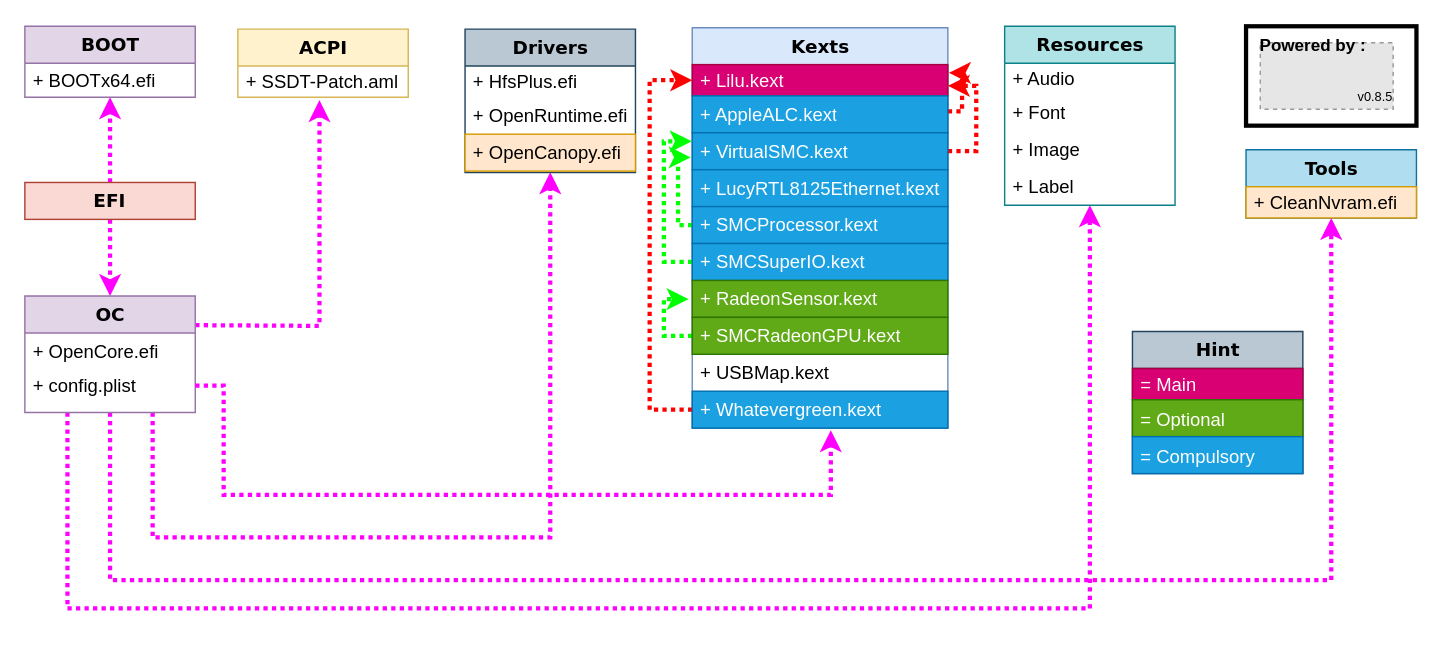
iamyounix/msimagb460_tomahawk keeps this draw.io diagram as OpenCore.drawio. Above is the earlier version. Source tidied: cells renumbered, new cells numbered last; positions are measured from the earlier drawing's top-left corner, leaving out a move shared by most shapes. Both pictures are drawn from the tidied source at 142%, with x=0, y=0 at pixel (24, 24). Pictures stored in the file or linked from it are replaced by grey dashed boxes.
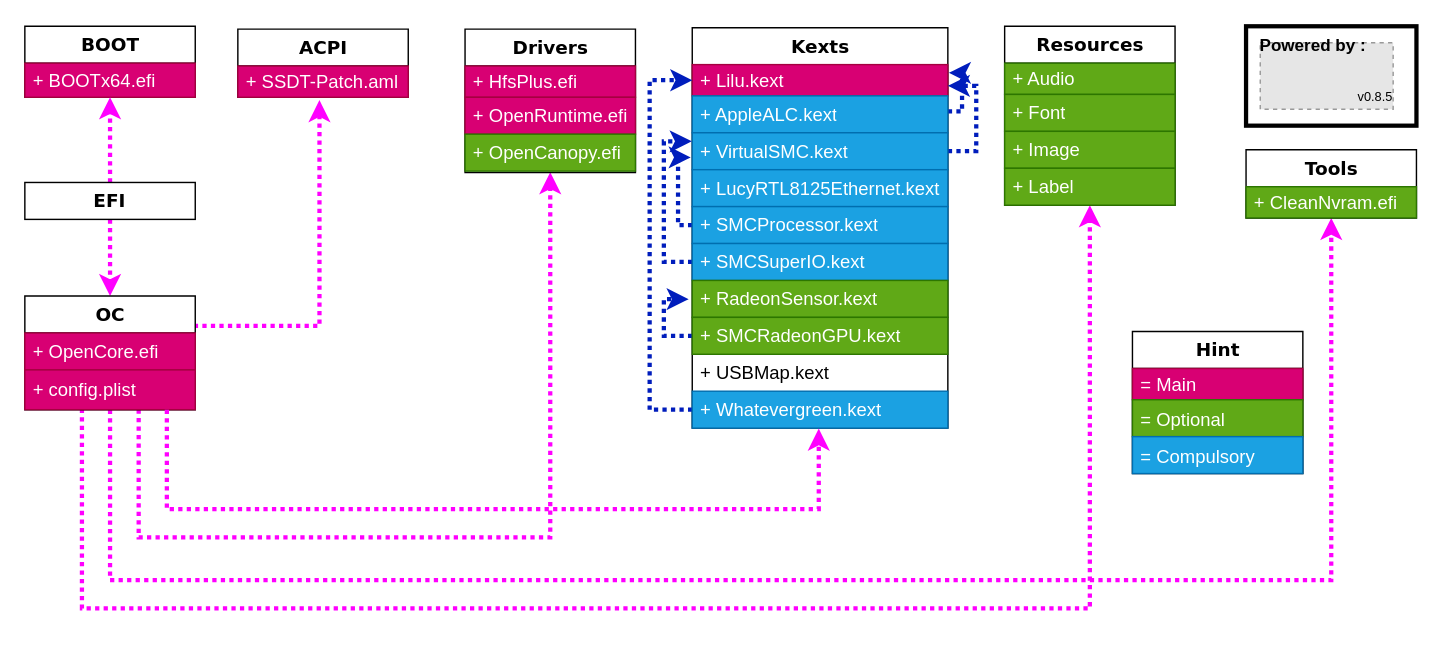
The same diagram, later.

The change refers to these unchanged cells:
```xml
<mxCell id="22" value="+ Lilu.kext" style="text;html=1;strokeColor=#A50040;fillColor=#d80073;align=left;verticalAlign=middle;spacingLeft=4;spacingRight=4;whiteSpace=wrap;overflow=hidden;points=[[0,0.5],[1,0.5]];portConstraint=eastwest;fontSize=13;fontColor=#ffffff;" parent="21" vertex="1">
  <mxGeometry y="26" width="180" height="22" as="geometry" />
</mxCell>
<mxCell id="24" value="+ AppleALC.kext" style="text;html=1;strokeColor=#006EAF;fillColor=#1ba1e2;align=left;verticalAlign=middle;spacingLeft=4;spacingRight=4;whiteSpace=wrap;overflow=hidden;points=[[0,0.5],[1,0.5]];portConstraint=eastwest;fontSize=13;fontColor=#ffffff;" parent="21" vertex="1">
  <mxGeometry y="48" width="180" height="26" as="geometry" />
</mxCell>
<mxCell id="26" value="+ VirtualSMC.kext" style="text;html=1;strokeColor=#006EAF;fillColor=#1ba1e2;align=left;verticalAlign=middle;spacingLeft=4;spacingRight=4;whiteSpace=wrap;overflow=hidden;points=[[0,0.5],[1,0.5]];portConstraint=eastwest;fontSize=13;fontColor=#ffffff;" parent="21" vertex="1">
  <mxGeometry y="74" width="180" height="26" as="geometry" />
</mxCell>
<mxCell id="29" value="+ SMCProcessor.kext" style="text;html=1;strokeColor=#006EAF;fillColor=#1ba1e2;align=left;verticalAlign=middle;spacingLeft=4;spacingRight=4;whiteSpace=wrap;overflow=hidden;points=[[0,0.5],[1,0.5]];portConstraint=eastwest;fontSize=13;fontColor=#ffffff;" parent="21" vertex="1">
  <mxGeometry y="126" width="180" height="26" as="geometry" />
</mxCell>
<mxCell id="31" value="+ SMCSuperIO.kext" style="text;html=1;strokeColor=#006EAF;fillColor=#1ba1e2;align=left;verticalAlign=middle;spacingLeft=4;spacingRight=4;whiteSpace=wrap;overflow=hidden;points=[[0,0.5],[1,0.5]];portConstraint=eastwest;fontSize=13;fontColor=#ffffff;" parent="21" vertex="1">
  <mxGeometry y="152" width="180" height="26" as="geometry" />
</mxCell>
<mxCell id="32" value="+ RadeonSensor.kext" style="text;html=1;strokeColor=#2D7600;fillColor=#60a917;align=left;verticalAlign=middle;spacingLeft=4;spacingRight=4;whiteSpace=wrap;overflow=hidden;points=[[0,0.5],[1,0.5]];portConstraint=eastwest;fontSize=13;fontColor=#ffffff;" parent="21" vertex="1">
  <mxGeometry y="178" width="180" height="26" as="geometry" />
</mxCell>
<mxCell id="34" value="+ SMCRadeonGPU.kext" style="text;html=1;strokeColor=#2D7600;fillColor=#60a917;align=left;verticalAlign=middle;spacingLeft=4;spacingRight=4;whiteSpace=wrap;overflow=hidden;points=[[0,0.5],[1,0.5]];portConstraint=eastwest;fontSize=13;fontColor=#ffffff;" parent="21" vertex="1">
  <mxGeometry y="204" width="180" height="26" as="geometry" />
</mxCell>
<mxCell id="37" value="+ Whatevergreen.kext" style="text;html=1;strokeColor=#006EAF;fillColor=#1ba1e2;align=left;verticalAlign=middle;spacingLeft=4;spacingRight=4;whiteSpace=wrap;overflow=hidden;points=[[0,0.5],[1,0.5]];portConstraint=eastwest;fontSize=13;fontColor=#ffffff;" parent="21" vertex="1">
  <mxGeometry y="256" width="180" height="26" as="geometry" />
</mxCell>
```

Change to the diagram source:
```diff
@@
-    <mxCell id="4" style="edgeStyle=orthogonalEdgeStyle;rounded=0;jettySize=auto;html=1;exitX=0.25;exitY=1;exitDx=0;exitDy=0;strokeColor=#FF00FF;strokeWidth=3;dashed=1;dashPattern=1 1;" parent="1" edge="1" source="8">
+    <mxCell id="4" style="edgeStyle=orthogonalEdgeStyle;rounded=0;jettySize=auto;html=1;exitX=0.335;exitY=0.974;exitDx=0;exitDy=0;strokeColor=#FF00FF;strokeWidth=3;dashed=1;dashPattern=1 1;exitPerimeter=0;" parent="1" edge="1" source="10">
       <mxGeometry relative="1" as="geometry">
         <mxPoint x="750" y="127" as="targetPoint" />
         <Array as="points">
-          <mxPoint x="30" y="411" />
+          <mxPoint x="40" y="411" />
           <mxPoint x="750" y="411" />
-          <mxPoint x="750" y="127" />
         </Array>
       </mxGeometry>
     </mxCell>
-    <mxCell id="5" style="edgeStyle=orthogonalEdgeStyle;rounded=0;jettySize=auto;html=1;exitX=0.5;exitY=1;exitDx=0;exitDy=0;entryX=0.5;entryY=1;entryDx=0;entryDy=0;strokeColor=#FF00FF;strokeWidth=3;dashed=1;dashPattern=1 1;" parent="1" edge="1" source="8" target="43">
+    <mxCell id="5" style="edgeStyle=orthogonalEdgeStyle;rounded=0;jettySize=auto;html=1;entryX=0.5;entryY=1;entryDx=0;entryDy=0;strokeColor=#FF00FF;strokeWidth=3;dashed=1;dashPattern=1 1;" parent="1" edge="1" target="43">
       <mxGeometry relative="1" as="geometry">
+        <mxPoint x="60" y="271" as="sourcePoint" />
         <Array as="points">
           <mxPoint x="60" y="391" />
           <mxPoint x="920" y="391" />
         </Array>
       </mxGeometry>
     </mxCell>
-    <mxCell id="6" style="edgeStyle=elbowEdgeStyle;rounded=0;jettySize=auto;elbow=vertical;html=1;exitX=0.75;exitY=1;exitDx=0;exitDy=0;entryX=0.5;entryY=1.032;entryDx=0;entryDy=0;entryPerimeter=0;strokeColor=#FF00FF;strokeWidth=3;fontSize=9;dashed=1;dashPattern=1 1;" parent="1" edge="1" source="8" target="20">
+    <mxCell id="6" style="edgeStyle=elbowEdgeStyle;rounded=0;jettySize=auto;elbow=vertical;html=1;exitX=0.668;exitY=0.995;exitDx=0;exitDy=0;entryX=0.5;entryY=1.032;entryDx=0;entryDy=0;entryPerimeter=0;strokeColor=#FF00FF;strokeWidth=3;fontSize=9;dashed=1;dashPattern=1 1;exitPerimeter=0;" parent="1" edge="1" source="10" target="20">
       <mxGeometry relative="1" as="geometry">
         <Array as="points">
           <mxPoint x="210" y="361" />
         </Array>
       </mxGeometry>
     </mxCell>
@@
-    <mxCell id="8" value="OC" style="swimlane;html=1;fontStyle=1;align=center;verticalAlign=middle;horizontal=1;startSize=26;swimlaneFillColor=#ffffff;rounded=0;shadow=0;comic=0;labelBackgroundColor=none;strokeWidth=1;fillColor=#e1d5e7;fontFamily=Verdana;fontSize=13;strokeColor=#9673a6;" parent="1" vertex="1">
-      <mxGeometry y="191" width="120" height="82" as="geometry" />
+    <mxCell id="8" value="OC" style="swimlane;html=1;fontStyle=1;align=center;verticalAlign=middle;horizontal=1;startSize=26;swimlaneFillColor=#ffffff;rounded=0;shadow=0;comic=0;labelBackgroundColor=none;strokeWidth=1;fontFamily=Verdana;fontSize=13;" parent="1" vertex="1">
+      <mxGeometry y="191" width="120" height="80" as="geometry" />
     </mxCell>
-    <mxCell id="9" value="+ OpenCore.efi" style="text;html=1;strokeColor=none;fillColor=none;align=left;verticalAlign=middle;spacingLeft=4;spacingRight=4;whiteSpace=wrap;overflow=hidden;fontSize=13;" parent="8" vertex="1">
+    <mxCell id="9" value="+ OpenCore.efi" style="text;html=1;strokeColor=#A50040;fillColor=#d80073;align=left;verticalAlign=middle;spacingLeft=4;spacingRight=4;whiteSpace=wrap;overflow=hidden;fontSize=13;fontColor=#ffffff;" parent="8" vertex="1">
       <mxGeometry y="26" width="120" height="26" as="geometry" />
     </mxCell>
-    <mxCell id="10" value="+ config.plist" style="text;html=1;strokeColor=none;fillColor=none;align=left;verticalAlign=middle;spacingLeft=4;spacingRight=4;whiteSpace=wrap;overflow=hidden;points=[[0,0.5],[1,0.5]];portConstraint=eastwest;fontSize=13;" parent="8" vertex="1">
-      <mxGeometry y="52" width="120" height="22" as="geometry" />
+    <mxCell id="10" value="+ config.plist" style="text;html=1;strokeColor=#A50040;fillColor=#d80073;align=left;verticalAlign=middle;spacingLeft=4;spacingRight=4;whiteSpace=wrap;overflow=hidden;points=[[0,0.5],[1,0.5]];portConstraint=eastwest;fontSize=13;fontColor=#ffffff;" parent="8" vertex="1">
+      <mxGeometry y="52" width="120" height="28" as="geometry" />
     </mxCell>
-    <mxCell id="11" value="BOOT" style="swimlane;html=1;fontStyle=1;align=center;verticalAlign=middle;horizontal=1;startSize=26;swimlaneFillColor=#ffffff;rounded=0;shadow=0;comic=0;labelBackgroundColor=none;strokeWidth=1;fillColor=#e1d5e7;fontFamily=Verdana;fontSize=13;strokeColor=#9673a6;" parent="1" vertex="1">
+    <mxCell id="11" value="BOOT" style="swimlane;html=1;fontStyle=1;align=center;verticalAlign=middle;horizontal=1;startSize=26;swimlaneFillColor=#ffffff;rounded=0;shadow=0;comic=0;labelBackgroundColor=none;strokeWidth=1;fontFamily=Verdana;fontSize=13;" parent="1" vertex="1">
       <mxGeometry y="1" width="120" height="50" as="geometry" />
     </mxCell>
-    <mxCell id="12" value="+ BOOTx64.efi" style="text;html=1;strokeColor=none;fillColor=none;align=left;verticalAlign=middle;spacingLeft=4;spacingRight=4;whiteSpace=wrap;overflow=hidden;fontSize=13;" parent="11" vertex="1">
+    <mxCell id="12" value="+ BOOTx64.efi" style="text;html=1;strokeColor=#A50040;fillColor=#d80073;align=left;verticalAlign=middle;spacingLeft=4;spacingRight=4;whiteSpace=wrap;overflow=hidden;fontSize=13;fontColor=#ffffff;" parent="11" vertex="1">
       <mxGeometry y="26" width="120" height="24" as="geometry" />
     </mxCell>
@@
-    <mxCell id="14" value="&lt;span style=&quot;font-family: Verdana; font-weight: 700; font-size: 13px;&quot;&gt;EFI&lt;/span&gt;" style="rounded=0;whiteSpace=wrap;html=1;fillColor=#fad9d5;strokeColor=#ae4132;fontSize=13;verticalAlign=middle;" parent="1" vertex="1">
+    <mxCell id="14" value="&lt;span style=&quot;font-family: Verdana; font-weight: 700; font-size: 13px;&quot;&gt;EFI&lt;/span&gt;" style="rounded=0;whiteSpace=wrap;html=1;fontSize=13;verticalAlign=middle;" parent="1" vertex="1">
       <mxGeometry y="111" width="120" height="26" as="geometry" />
     </mxCell>
-    <mxCell id="15" value="ACPI" style="swimlane;html=1;fontStyle=1;align=center;verticalAlign=middle;horizontal=1;startSize=26;swimlaneFillColor=#ffffff;rounded=0;shadow=0;comic=0;labelBackgroundColor=none;strokeWidth=1;fillColor=#fff2cc;fontFamily=Verdana;fontSize=13;strokeColor=#d6b656;" parent="1" vertex="1">
+    <mxCell id="15" value="ACPI" style="swimlane;html=1;fontStyle=1;align=center;verticalAlign=middle;horizontal=1;startSize=26;swimlaneFillColor=#ffffff;rounded=0;shadow=0;comic=0;labelBackgroundColor=none;strokeWidth=1;fontFamily=Verdana;fontSize=13;" parent="1" vertex="1">
       <mxGeometry x="150" y="3" width="120" height="48" as="geometry" />
     </mxCell>
-    <mxCell id="16" value="+ SSDT-Patch.aml" style="text;html=1;strokeColor=none;fillColor=none;align=left;verticalAlign=middle;spacingLeft=4;spacingRight=4;whiteSpace=wrap;overflow=hidden;points=[[0,0.5],[1,0.5]];portConstraint=eastwest;fontSize=13;" parent="15" vertex="1">
+    <mxCell id="16" value="+ SSDT-Patch.aml" style="text;html=1;strokeColor=#A50040;fillColor=#d80073;align=left;verticalAlign=middle;spacingLeft=4;spacingRight=4;whiteSpace=wrap;overflow=hidden;points=[[0,0.5],[1,0.5]];portConstraint=eastwest;fontSize=13;fontColor=#ffffff;" parent="15" vertex="1">
       <mxGeometry y="26" width="120" height="22" as="geometry" />
     </mxCell>
-    <mxCell id="17" value="Drivers" style="swimlane;html=1;fontStyle=1;align=center;verticalAlign=middle;horizontal=1;startSize=26;swimlaneFillColor=#ffffff;rounded=0;shadow=0;comic=0;labelBackgroundColor=none;strokeWidth=1;fillColor=#bac8d3;fontFamily=Verdana;fontSize=13;strokeColor=#23445d;" parent="1" vertex="1">
+    <mxCell id="17" value="Drivers" style="swimlane;html=1;fontStyle=1;align=center;verticalAlign=middle;horizontal=1;startSize=26;swimlaneFillColor=#ffffff;rounded=0;shadow=0;comic=0;labelBackgroundColor=none;strokeWidth=1;fontFamily=Verdana;fontSize=13;" parent="1" vertex="1">
       <mxGeometry x="310" y="3" width="120" height="101" as="geometry" />
     </mxCell>
-    <mxCell id="18" value="+ HfsPlus.efi" style="text;html=1;strokeColor=none;fillColor=none;align=left;verticalAlign=middle;spacingLeft=4;spacingRight=4;whiteSpace=wrap;overflow=hidden;fontSize=13;" parent="17" vertex="1">
+    <mxCell id="18" value="+ HfsPlus.efi" style="text;html=1;strokeColor=#A50040;fillColor=#d80073;align=left;verticalAlign=middle;spacingLeft=4;spacingRight=4;whiteSpace=wrap;overflow=hidden;fontSize=13;fontColor=#ffffff;" parent="17" vertex="1">
       <mxGeometry y="26" width="120" height="22" as="geometry" />
     </mxCell>
-    <mxCell id="19" value="+ OpenRuntime.efi" style="text;html=1;strokeColor=none;fillColor=none;align=left;verticalAlign=middle;spacingLeft=4;spacingRight=4;whiteSpace=wrap;overflow=hidden;fontSize=13;" parent="17" vertex="1">
+    <mxCell id="19" value="+ OpenRuntime.efi" style="text;html=1;strokeColor=#A50040;fillColor=#d80073;align=left;verticalAlign=middle;spacingLeft=4;spacingRight=4;whiteSpace=wrap;overflow=hidden;fontSize=13;fontColor=#ffffff;" parent="17" vertex="1">
       <mxGeometry y="48" width="120" height="26" as="geometry" />
     </mxCell>
-    <mxCell id="20" value="+ OpenCanopy.efi" style="text;html=1;strokeColor=#d79b00;fillColor=#ffe6cc;align=left;verticalAlign=middle;spacingLeft=4;spacingRight=4;whiteSpace=wrap;overflow=hidden;points=[[0,0.5],[1,0.5]];portConstraint=eastwest;fontSize=13;" parent="17" vertex="1">
+    <mxCell id="20" value="+ OpenCanopy.efi" style="text;html=1;strokeColor=#2D7600;fillColor=#60a917;align=left;verticalAlign=middle;spacingLeft=4;spacingRight=4;whiteSpace=wrap;overflow=hidden;points=[[0,0.5],[1,0.5]];portConstraint=eastwest;fontSize=13;fontColor=#ffffff;" parent="17" vertex="1">
       <mxGeometry y="74" width="120" height="26" as="geometry" />
     </mxCell>
-    <mxCell id="21" value="Kexts" style="swimlane;html=1;fontStyle=1;align=center;verticalAlign=middle;horizontal=1;startSize=26;swimlaneFillColor=#ffffff;rounded=0;shadow=0;comic=0;labelBackgroundColor=none;strokeWidth=1;fillColor=#dae8fc;fontFamily=Verdana;fontSize=13;strokeColor=#6c8ebf;" parent="1" vertex="1">
+    <mxCell id="21" value="Kexts" style="swimlane;html=1;fontStyle=1;align=center;verticalAlign=middle;horizontal=1;startSize=26;swimlaneFillColor=#ffffff;rounded=0;shadow=0;comic=0;labelBackgroundColor=none;strokeWidth=1;fontFamily=Verdana;fontSize=13;" parent="1" vertex="1">
       <mxGeometry x="470" y="2" width="180" height="282" as="geometry" />
     </mxCell>
@@
-    <mxCell id="23" style="edgeStyle=elbowEdgeStyle;rounded=0;jettySize=auto;elbow=vertical;html=1;entryX=1.004;entryY=0.264;entryDx=0;entryDy=0;entryPerimeter=0;dashed=1;dashPattern=1 1;strokeColor=#FF0000;strokeWidth=3;fontSize=9;" parent="21" edge="1" source="24" target="22">
+    <mxCell id="23" style="edgeStyle=elbowEdgeStyle;rounded=0;jettySize=auto;elbow=vertical;html=1;entryX=1.004;entryY=0.264;entryDx=0;entryDy=0;entryPerimeter=0;dashed=1;dashPattern=1 1;strokeColor=#001DBC;strokeWidth=3;fontSize=9;fillColor=#0050ef;" parent="21" edge="1" source="24" target="22">
       <mxGeometry relative="1" as="geometry">
         <Array as="points">
           <mxPoint x="190" y="59" />
           <mxPoint x="200" y="49" />
         </Array>
       </mxGeometry>
     </mxCell>
@@
-    <mxCell id="25" style="edgeStyle=elbowEdgeStyle;rounded=0;jettySize=auto;elbow=vertical;html=1;entryX=1;entryY=0.679;entryDx=0;entryDy=0;dashed=1;dashPattern=1 1;strokeColor=#FF0000;strokeWidth=3;fontSize=9;entryPerimeter=0;" parent="21" edge="1" source="26" target="22">
+    <mxCell id="25" style="edgeStyle=elbowEdgeStyle;rounded=0;jettySize=auto;elbow=vertical;html=1;entryX=1;entryY=0.679;entryDx=0;entryDy=0;dashed=1;dashPattern=1 1;strokeColor=#001DBC;strokeWidth=3;fontSize=9;entryPerimeter=0;fillColor=#0050ef;" parent="21" edge="1" source="26" target="22">
       <mxGeometry relative="1" as="geometry">
         <Array as="points">
           <mxPoint x="200" y="59" />
         </Array>
       </mxGeometry>
     </mxCell>
@@
-    <mxCell id="28" style="edgeStyle=elbowEdgeStyle;rounded=0;jettySize=auto;elbow=vertical;html=1;entryX=-0.006;entryY=0.667;entryDx=0;entryDy=0;dashed=1;dashPattern=1 1;strokeColor=#00FF00;strokeWidth=3;fontSize=9;entryPerimeter=0;" parent="21" edge="1" source="29" target="26">
+    <mxCell id="28" style="edgeStyle=elbowEdgeStyle;rounded=0;jettySize=auto;elbow=vertical;html=1;entryX=-0.006;entryY=0.667;entryDx=0;entryDy=0;dashed=1;dashPattern=1 1;strokeColor=#001DBC;strokeWidth=3;fontSize=9;entryPerimeter=0;fillColor=#0050ef;" parent="21" edge="1" source="29" target="26">
       <mxGeometry relative="1" as="geometry">
         <Array as="points">
           <mxPoint x="-10" y="119" />
         </Array>
       </mxGeometry>
     </mxCell>
@@
-    <mxCell id="30" style="edgeStyle=elbowEdgeStyle;rounded=0;jettySize=auto;elbow=vertical;html=1;entryX=-0.002;entryY=0.231;entryDx=0;entryDy=0;dashed=1;dashPattern=1 1;strokeColor=#00FF00;strokeWidth=3;fontSize=9;entryPerimeter=0;" parent="21" edge="1" source="31" target="26">
+    <mxCell id="30" style="edgeStyle=elbowEdgeStyle;rounded=0;jettySize=auto;elbow=vertical;html=1;entryX=-0.002;entryY=0.231;entryDx=0;entryDy=0;dashed=1;dashPattern=1 1;strokeColor=#001DBC;strokeWidth=3;fontSize=9;entryPerimeter=0;fillColor=#0050ef;" parent="21" edge="1" source="31" target="26">
       <mxGeometry relative="1" as="geometry">
         <Array as="points">
           <mxPoint x="-20" y="139" />
         </Array>
       </mxGeometry>
     </mxCell>
@@
-    <mxCell id="33" style="edgeStyle=elbowEdgeStyle;rounded=0;jettySize=auto;elbow=vertical;html=1;entryX=-0.014;entryY=0.508;entryDx=0;entryDy=0;entryPerimeter=0;dashed=1;dashPattern=1 1;strokeColor=#00FF00;strokeWidth=3;fontSize=9;exitX=0;exitY=0.5;exitDx=0;exitDy=0;" parent="21" edge="1" source="34" target="32">
+    <mxCell id="33" style="edgeStyle=elbowEdgeStyle;rounded=0;jettySize=auto;elbow=vertical;html=1;entryX=-0.014;entryY=0.508;entryDx=0;entryDy=0;entryPerimeter=0;dashed=1;dashPattern=1 1;strokeColor=#001DBC;strokeWidth=3;fontSize=9;exitX=0;exitY=0.5;exitDx=0;exitDy=0;fillColor=#0050ef;" parent="21" edge="1" source="34" target="32">
       <mxGeometry relative="1" as="geometry">
         <Array as="points">
           <mxPoint x="-20" y="209" />
         </Array>
       </mxGeometry>
     </mxCell>
@@
-    <mxCell id="36" style="edgeStyle=elbowEdgeStyle;rounded=0;jettySize=auto;elbow=vertical;html=1;entryX=0;entryY=0.5;entryDx=0;entryDy=0;dashed=1;dashPattern=1 1;strokeColor=#FF0000;strokeWidth=3;fontSize=9;" parent="21" edge="1" source="37" target="22">
+    <mxCell id="36" style="edgeStyle=elbowEdgeStyle;rounded=0;jettySize=auto;elbow=vertical;html=1;entryX=0;entryY=0.5;entryDx=0;entryDy=0;dashed=1;dashPattern=1 1;strokeColor=#001DBC;strokeWidth=3;fontSize=9;fillColor=#0050ef;" parent="21" edge="1" source="37" target="22">
       <mxGeometry relative="1" as="geometry">
         <Array as="points">
           <mxPoint x="-30" y="179" />
         </Array>
       </mxGeometry>
     </mxCell>
@@
-    <mxCell id="38" value="Resources" style="swimlane;html=1;fontStyle=1;align=center;verticalAlign=middle;horizontal=1;startSize=26;swimlaneFillColor=#ffffff;rounded=0;shadow=0;comic=0;labelBackgroundColor=none;strokeWidth=1;fillColor=#b0e3e6;fontFamily=Verdana;fontSize=13;strokeColor=#0e8088;" parent="1" vertex="1">
+    <mxCell id="38" value="Resources" style="swimlane;html=1;fontStyle=1;align=center;verticalAlign=middle;horizontal=1;startSize=26;swimlaneFillColor=#ffffff;rounded=0;shadow=0;comic=0;labelBackgroundColor=none;strokeWidth=1;fontFamily=Verdana;fontSize=13;" parent="1" vertex="1">
       <mxGeometry x="690" y="1" width="120" height="126" as="geometry" />
     </mxCell>
-    <mxCell id="39" value="+ Audio" style="text;html=1;strokeColor=none;fillColor=none;align=left;verticalAlign=middle;spacingLeft=4;spacingRight=4;whiteSpace=wrap;overflow=hidden;fontSize=13;" parent="38" vertex="1">
+    <mxCell id="39" value="+ Audio" style="text;html=1;strokeColor=#2D7600;fillColor=#60a917;align=left;verticalAlign=middle;spacingLeft=4;spacingRight=4;whiteSpace=wrap;overflow=hidden;fontSize=13;fontColor=#ffffff;" parent="38" vertex="1">
       <mxGeometry y="26" width="120" height="22" as="geometry" />
     </mxCell>
-    <mxCell id="40" value="+ Font" style="text;html=1;strokeColor=none;fillColor=none;align=left;verticalAlign=middle;spacingLeft=4;spacingRight=4;whiteSpace=wrap;overflow=hidden;fontSize=13;" parent="38" vertex="1">
+    <mxCell id="40" value="+ Font" style="text;html=1;strokeColor=#2D7600;fillColor=#60a917;align=left;verticalAlign=middle;spacingLeft=4;spacingRight=4;whiteSpace=wrap;overflow=hidden;fontSize=13;fontColor=#ffffff;" parent="38" vertex="1">
       <mxGeometry y="48" width="120" height="26" as="geometry" />
     </mxCell>
-    <mxCell id="41" value="+ Image" style="text;html=1;strokeColor=none;fillColor=none;align=left;verticalAlign=middle;spacingLeft=4;spacingRight=4;whiteSpace=wrap;overflow=hidden;fontSize=13;" parent="38" vertex="1">
+    <mxCell id="41" value="+ Image" style="text;html=1;strokeColor=#2D7600;fillColor=#60a917;align=left;verticalAlign=middle;spacingLeft=4;spacingRight=4;whiteSpace=wrap;overflow=hidden;fontSize=13;fontColor=#ffffff;" parent="38" vertex="1">
       <mxGeometry y="74" width="120" height="26" as="geometry" />
     </mxCell>
-    <mxCell id="42" value="+ Label" style="text;html=1;strokeColor=none;fillColor=none;align=left;verticalAlign=middle;spacingLeft=4;spacingRight=4;whiteSpace=wrap;overflow=hidden;fontSize=13;" parent="38" vertex="1">
+    <mxCell id="42" value="+ Label" style="text;html=1;strokeColor=#2D7600;fillColor=#60a917;align=left;verticalAlign=middle;spacingLeft=4;spacingRight=4;whiteSpace=wrap;overflow=hidden;fontSize=13;fontColor=#ffffff;" parent="38" vertex="1">
       <mxGeometry y="100" width="120" height="26" as="geometry" />
     </mxCell>
-    <mxCell id="43" value="Tools" style="swimlane;html=1;fontStyle=1;align=center;verticalAlign=middle;horizontal=1;startSize=26;swimlaneFillColor=#ffffff;rounded=0;shadow=0;comic=0;labelBackgroundColor=none;strokeWidth=1;fillColor=#b1ddf0;fontFamily=Verdana;fontSize=13;strokeColor=#10739e;" parent="1" vertex="1">
+    <mxCell id="43" value="Tools" style="swimlane;html=1;fontStyle=1;align=center;verticalAlign=middle;horizontal=1;startSize=26;swimlaneFillColor=#ffffff;rounded=0;shadow=0;comic=0;labelBackgroundColor=none;strokeWidth=1;fontFamily=Verdana;fontSize=13;" parent="1" vertex="1">
       <mxGeometry x="860" y="88" width="120" height="48" as="geometry" />
     </mxCell>
-    <mxCell id="44" value="+ CleanNvram.efi" style="text;html=1;strokeColor=#d79b00;fillColor=#ffe6cc;align=left;verticalAlign=middle;spacingLeft=4;spacingRight=4;whiteSpace=wrap;overflow=hidden;fontSize=13;" parent="43" vertex="1">
+    <mxCell id="44" value="+ CleanNvram.efi" style="text;html=1;strokeColor=#2D7600;fillColor=#60a917;align=left;verticalAlign=middle;spacingLeft=4;spacingRight=4;whiteSpace=wrap;overflow=hidden;fontSize=13;fontColor=#ffffff;" parent="43" vertex="1">
       <mxGeometry y="26" width="120" height="22" as="geometry" />
     </mxCell>
@@
-    <mxCell id="46" style="edgeStyle=orthogonalEdgeStyle;rounded=0;jettySize=auto;html=1;exitX=1;exitY=0.5;exitDx=0;exitDy=0;strokeColor=#FF00FF;strokeWidth=3;entryX=0.542;entryY=1.058;entryDx=0;entryDy=0;entryPerimeter=0;dashed=1;dashPattern=1 1;" parent="1" edge="1" source="10" target="37">
-      <mxGeometry relative="1" as="geometry">
-        <Array as="points">
-          <mxPoint x="140" y="254" />
-          <mxPoint x="140" y="331" />
-          <mxPoint x="568" y="331" />
-        </Array>
-      </mxGeometry>
-    </mxCell>
@@
-    <mxCell id="49" value="Hint" style="swimlane;html=1;fontStyle=1;align=center;verticalAlign=middle;horizontal=1;startSize=26;swimlaneFillColor=#ffffff;rounded=0;shadow=0;comic=0;labelBackgroundColor=none;strokeWidth=1;fillColor=#bac8d3;fontFamily=Verdana;fontSize=13;strokeColor=#23445d;" parent="1" vertex="1">
+    <mxCell id="49" value="Hint" style="swimlane;html=1;fontStyle=1;align=center;verticalAlign=middle;horizontal=1;startSize=26;swimlaneFillColor=#ffffff;rounded=0;shadow=0;comic=0;labelBackgroundColor=none;strokeWidth=1;fontFamily=Verdana;fontSize=13;" parent="1" vertex="1">
       <mxGeometry x="780" y="216" width="120" height="100" as="geometry" />
     </mxCell>
@@
+    <mxCell id="53" style="edgeStyle=orthogonalEdgeStyle;rounded=0;jettySize=auto;html=1;entryX=0.495;entryY=1.013;entryDx=0;entryDy=0;entryPerimeter=0;strokeColor=#FF00FF;strokeWidth=3;dashed=1;dashPattern=1 1;" parent="1" edge="1" target="37">
+      <mxGeometry relative="1" as="geometry">
+        <mxPoint x="100" y="271" as="sourcePoint" />
+        <Array as="points">
+          <mxPoint x="100" y="341" />
+          <mxPoint x="559" y="341" />
+        </Array>
+      </mxGeometry>
+    </mxCell>
```
